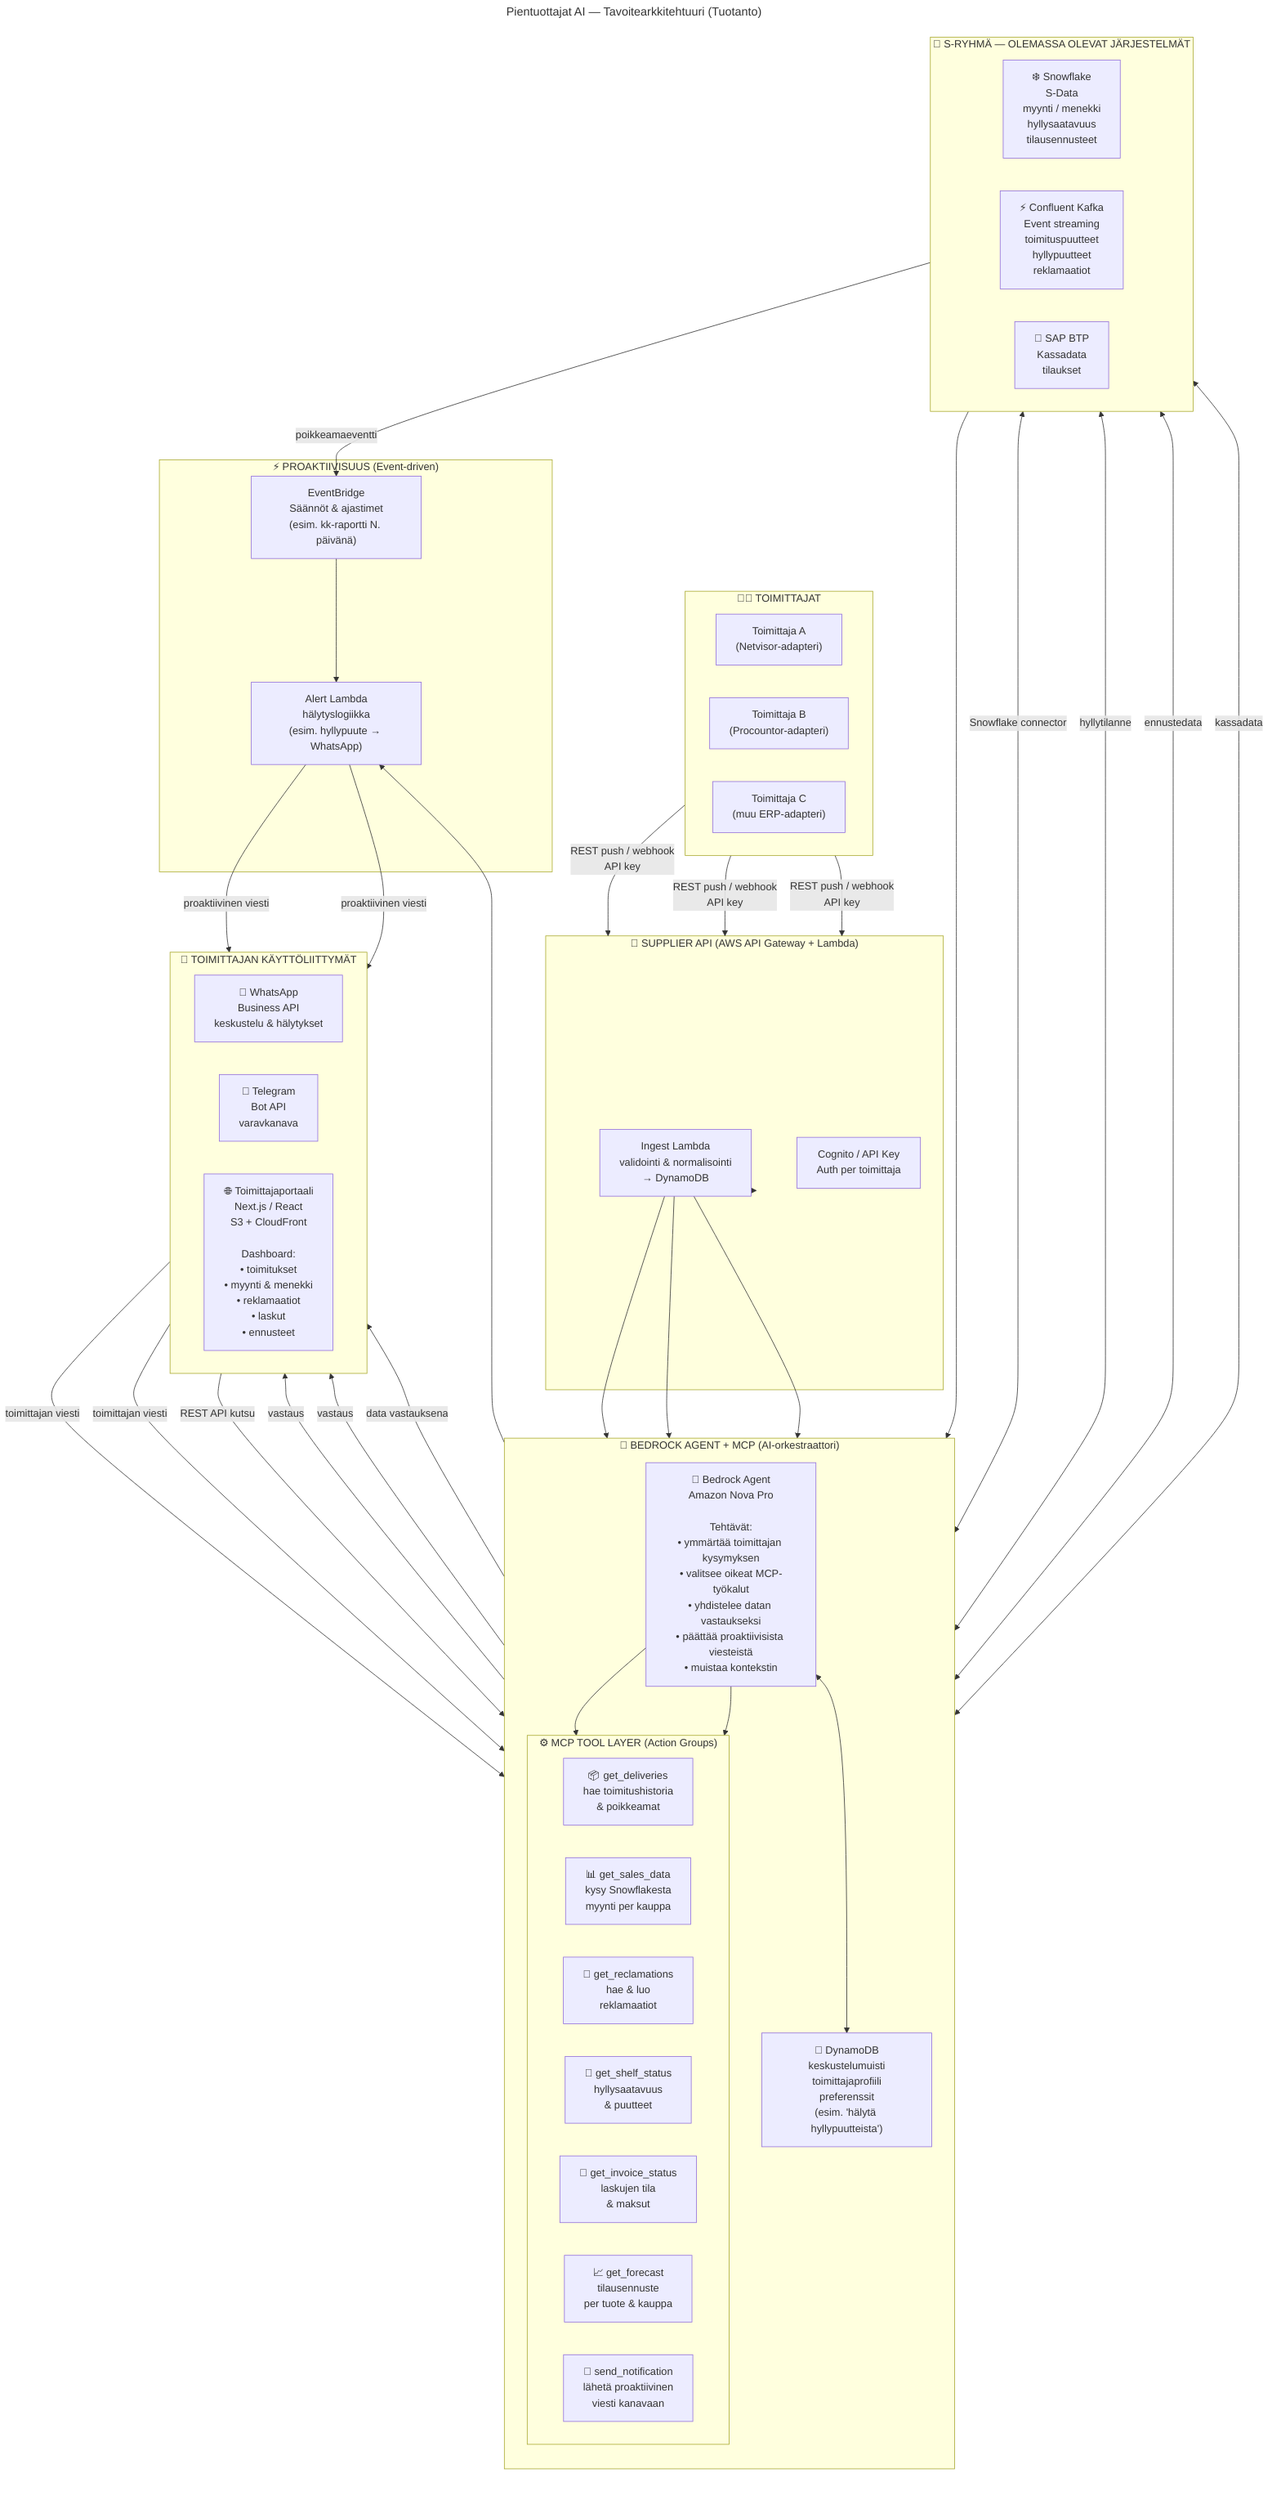
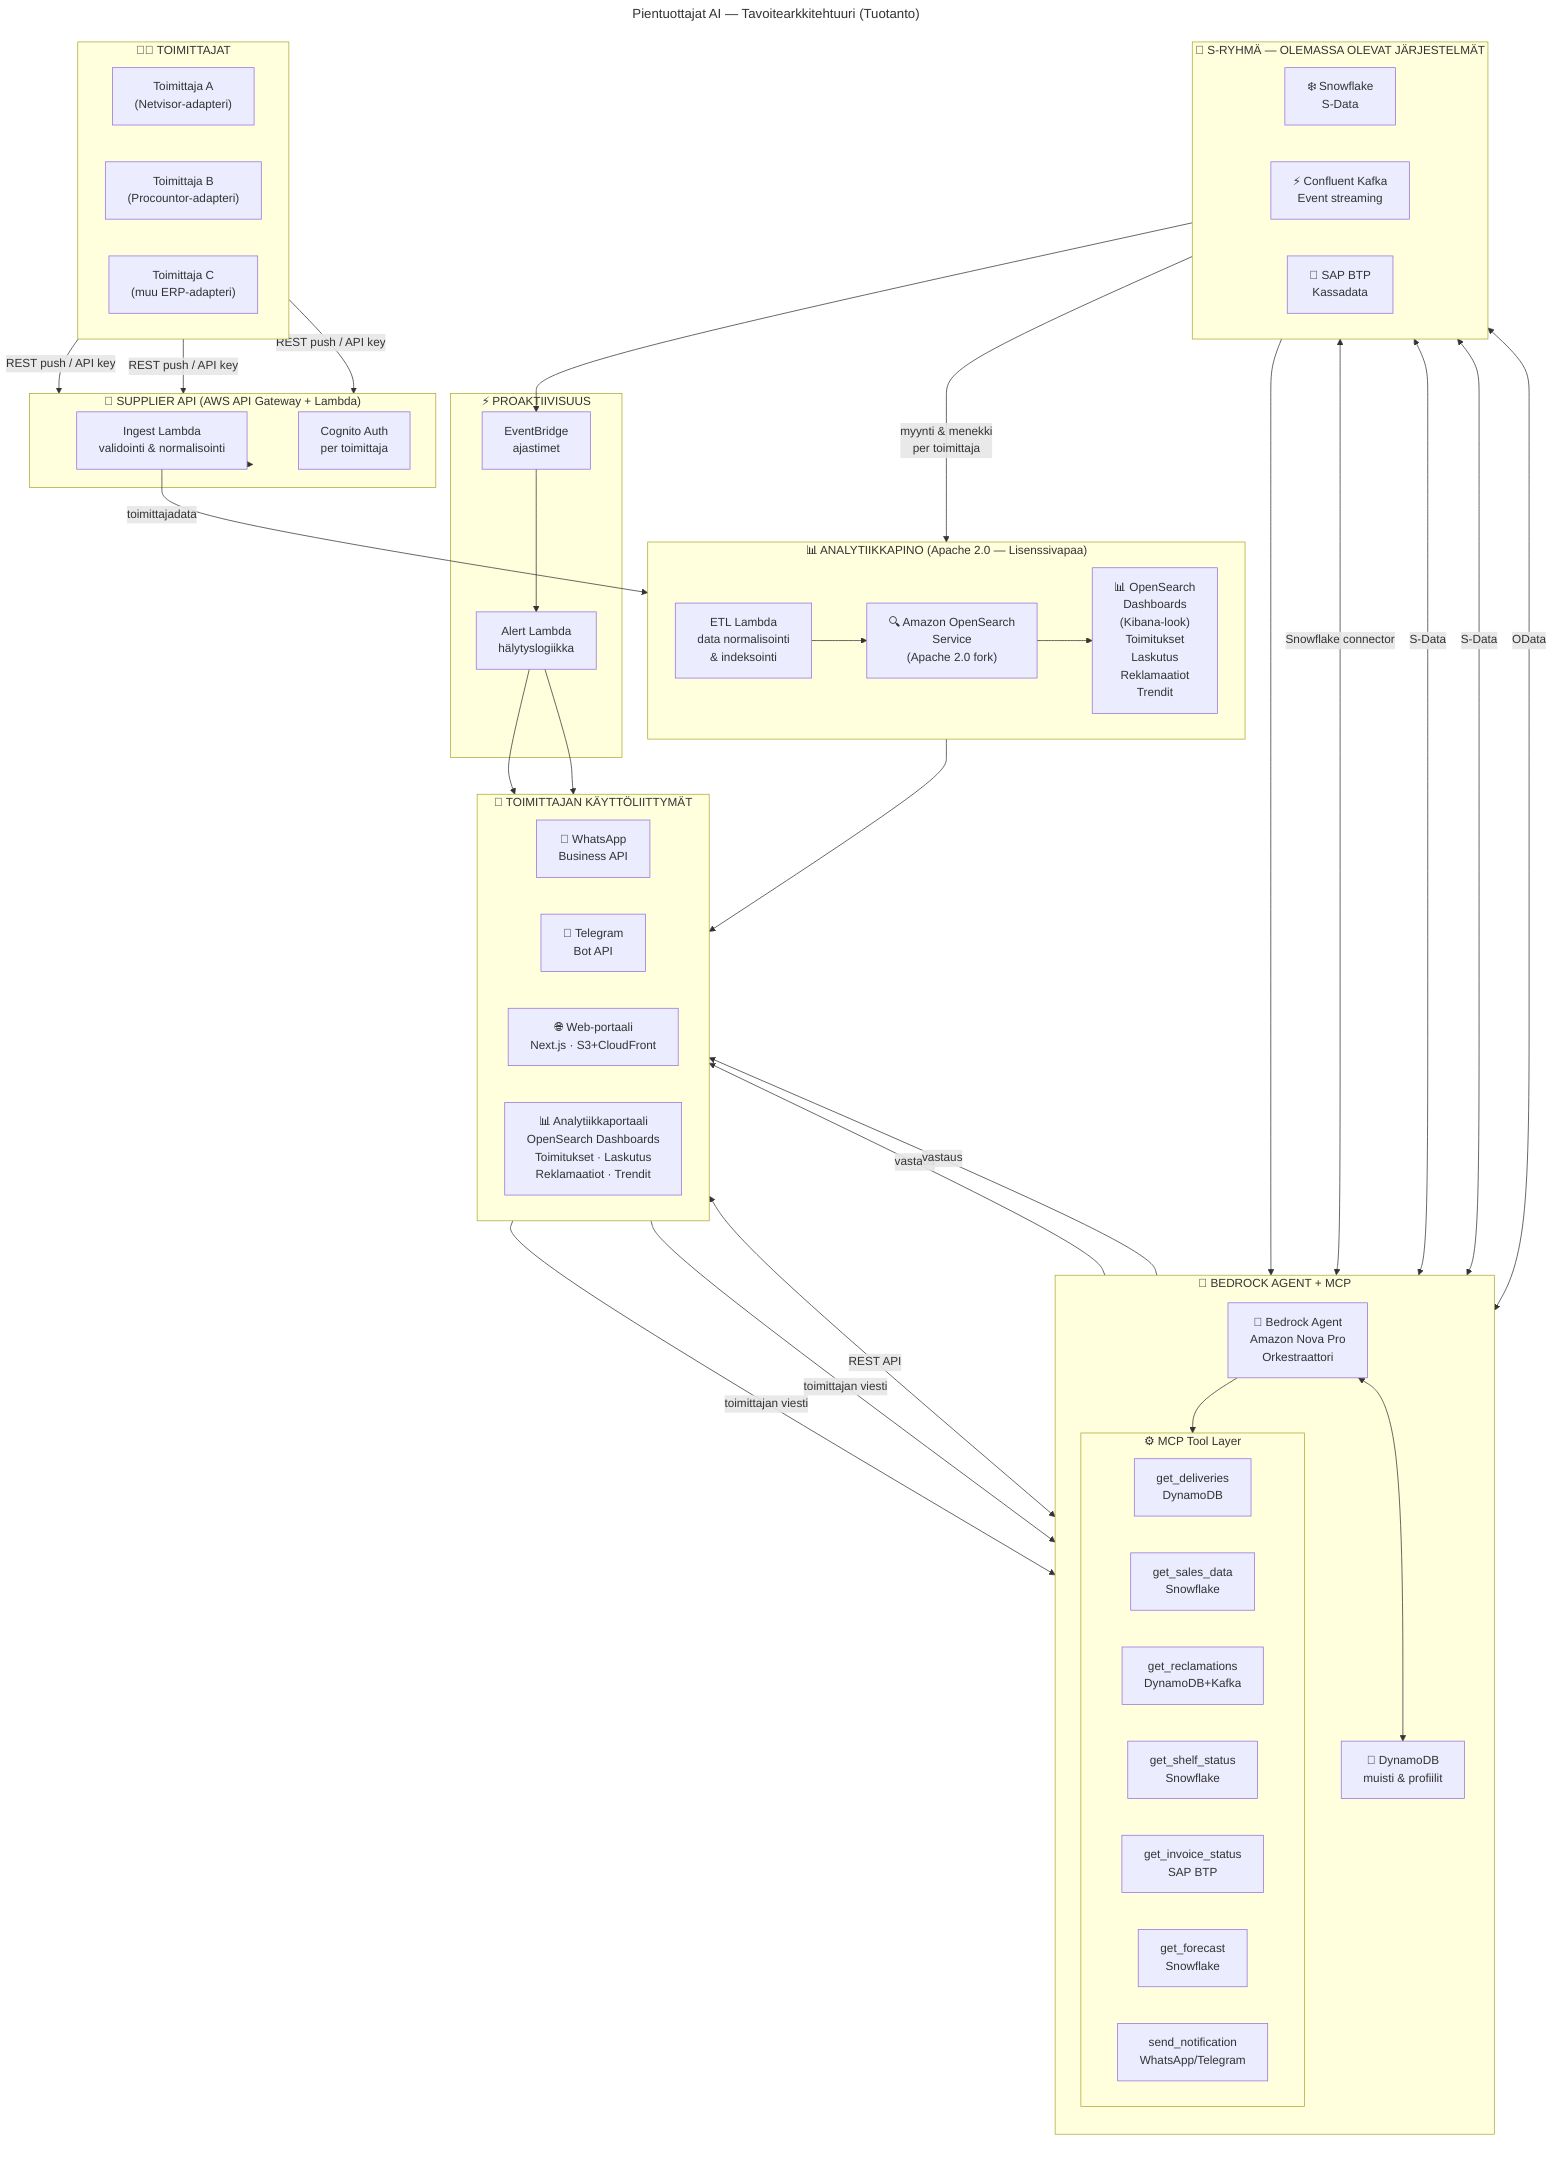
---
title: Pientuottajat AI — Tavoitearkkitehtuuri (Tuotanto)
---
flowchart TB

-     %% ══════════════════════════════════
-     %% TOIMITTAJAT
-     %% ══════════════════════════════════
    subgraph SUPPLIERS["🧑‍🌾 TOIMITTAJAT"]
        direction LR
        SA["Toimittaja A\n(Netvisor-adapteri)"]
        SB["Toimittaja B\n(Procountor-adapteri)"]
        SC["Toimittaja C\n(muu ERP-adapteri)"]
    end

-     %% ══════════════════════════════════
-     %% TOIMITTAJAN UI-KANAVAT
-     %% ══════════════════════════════════
    subgraph CHANNELS["💬 TOIMITTAJAN KÄYTTÖLIITTYMÄT"]
        direction LR
-         WA["📱 WhatsApp\nBusiness API\nkeskustelu & hälytykset"]
-         TG["📱 Telegram\nBot API\nvaravkanava"]
-         PORTAL["🌐 Toimittajaportaali\nNext.js / React\nS3 + CloudFront\n\nDashboard:\n• toimitukset\n• myynti & menekki\n• reklamaatiot\n• laskut\n• ennusteet"]
+         WA["📱 WhatsApp\nBusiness API"]
+         TG["📱 Telegram\nBot API"]
+         PORTAL["🌐 Web-portaali\nNext.js · S3+CloudFront"]
+         ANALYTICS["📊 Analytiikkaportaali\nOpenSearch Dashboards\nToimitukset · Laskutus\nReklamaatiot · Trendit"]
    end

-     %% ══════════════════════════════════
-     %% SUPPLIER API
-     %% ══════════════════════════════════
    subgraph SAPI["📡 SUPPLIER API  (AWS API Gateway + Lambda)"]
-         INGEST["Ingest Lambda\nvalidointi & normalisointi\n→ DynamoDB"]
-         APIKEY["Cognito / API Key\nAuth per toimittaja"]
+         INGEST["Ingest Lambda\nvalidointi & normalisointi"]
+         APIKEY["Cognito Auth\nper toimittaja"]
    end

-     %% ══════════════════════════════════
-     %% BEDROCK AGENT + MCP
-     %% ══════════════════════════════════
-     subgraph AICORE["🧠 BEDROCK AGENT + MCP  (AI-orkestraattori)"]
+     subgraph AICORE["🧠 BEDROCK AGENT + MCP"]
        direction TB
- 
-         AGENT["🤖 Bedrock Agent\nAmazon Nova Pro\n\nTehtävät:\n• ymmärtää toimittajan kysymyksen\n• valitsee oikeat MCP-työkalut\n• yhdistelee datan vastaukseksi\n• päättää proaktiivisista viesteistä\n• muistaa kontekstin"]
- 
-         subgraph MCP["⚙️ MCP TOOL LAYER  (Action Groups)"]
+         AGENT["🤖 Bedrock Agent\nAmazon Nova Pro\nOrkestraattori"]
+         subgraph MCP["⚙️ MCP Tool Layer"]
            direction LR
-             T1["📦 get_deliveries\nhae toimitushistoria\n& poikkeamat"]
-             T2["📊 get_sales_data\nkysy Snowflakesta\nmyynti per kauppa"]
-             T3["🚨 get_reclamations\nhae & luo\nreklamaatiot"]
-             T4["🏪 get_shelf_status\nhyllysaatavuus\n& puutteet"]
-             T5["🧾 get_invoice_status\nlaskujen tila\n& maksut"]
-             T6["📈 get_forecast\ntilausennuste\nper tuote & kauppa"]
-             T7["📣 send_notification\nlähetä proaktiivinen\nviesti kanavaan"]
+             T1["get_deliveries\nDynamoDB"]
+             T2["get_sales_data\nSnowflake"]
+             T3["get_reclamations\nDynamoDB+Kafka"]
+             T4["get_shelf_status\nSnowflake"]
+             T5["get_invoice_status\nSAP BTP"]
+             T6["get_forecast\nSnowflake"]
+             T7["send_notification\nWhatsApp/Telegram"]
        end
- 
-         MEM["💾 DynamoDB\nkeskustelumuisti\ntoimittajaprofiili\npreferenssit\n(esim. 'hälytä hyllypuutteista')"]
- 
+         MEM["💾 DynamoDB\nmuisti & profiilit"]
        AGENT --> MCP
        AGENT <--> MEM
    end

-     %% ══════════════════════════════════
-     %% S-RYHMÄ CORE SYSTEMS
-     %% ══════════════════════════════════
+     subgraph ANALYTICS_STACK["📊 ANALYTIIKKAPINO  (Apache 2.0 — Lisenssivapaa)"]
+         direction LR
+         ETL["ETL Lambda\ndata normalisointi\n& indeksointi"]
+         OS["🔍 Amazon OpenSearch\nService\n(Apache 2.0 fork)"]
+         OSD["📊 OpenSearch\nDashboards\n(Kibana-look)\nToimitukset\nLaskutus\nReklamaatiot\nTrendit"]
+         ETL --> OS --> OSD
+     end
+ 
    subgraph SGROUP["🏪 S-RYHMÄ — OLEMASSA OLEVAT JÄRJESTELMÄT"]
        direction LR
-         SNOW["❄️ Snowflake\nS-Data\nmyynti / menekki\nhyllysaatavuus\ntilausennusteet"]
-         KAFKA["⚡ Confluent Kafka\nEvent streaming\ntoimituspuutteet\nhyllypuutteet\nreklamaatiot"]
-         SAP["🔷 SAP BTP\nKassadata\ntilaukset"]
+         SNOW["❄️ Snowflake\nS-Data"]
+         KAFKA["⚡ Confluent Kafka\nEvent streaming"]
+         SAP["🔷 SAP BTP\nKassadata"]
    end

-     %% ══════════════════════════════════
-     %% PROAKTIIVISET HÄLYTYKSET
-     %% ══════════════════════════════════
-     subgraph PROACTIVE["⚡ PROAKTIIVISUUS  (Event-driven)"]
-         EVB["EventBridge\nSäännöt & ajastimet\n(esim. kk-raportti N. päivänä)"]
-         ALERT["Alert Lambda\nhälytyslogiikka\n(esim. hyllypuute → WhatsApp)"]
+     subgraph PROACTIVE["⚡ PROAKTIIVISUUS"]
+         EVB["EventBridge\najastimet"]
+         ALERT["Alert Lambda\nhälytyslogiikka"]
        EVB --> ALERT
    end

-     %% ══════════════════════════════════
-     %% YHTEYDET
-     %% ══════════════════════════════════
-     SA & SB & SC -->|"REST push / webhook\nAPI key"| SAPI
+     SA & SB & SC -->|"REST push / API key"| SAPI
    SAPI --> INGEST

    WA & TG -->|"toimittajan viesti"| AGENT
-     PORTAL -->|"REST API kutsu"| AGENT
+     PORTAL <-->|"REST API"| AGENT
    AGENT -->|"vastaus"| WA & TG
-     AGENT -->|"data vastauksena"| PORTAL

    T2 <-->|"Snowflake connector"| SNOW
-     T4 <-->|"hyllytilanne"| SNOW
-     T6 <-->|"ennustedata"| SNOW
-     T5 <-->|"kassadata"| SAP
+     T4 & T6 <-->|"S-Data"| SNOW
+     T5 <-->|"OData"| SAP
+     KAFKA --> T3
+     KAFKA --> EVB
+     ALERT --> WA & TG

-     KAFKA -->|"poikkeamaeventti"| EVB
-     KAFKA --> T3
-     ALERT -->|"proaktiivinen viesti"| WA & TG
-     AGENT --> T7 --> ALERT
+     INGEST -->|"toimittajadata"| ETL
+     SNOW -->|"myynti & menekki\nper toimittaja"| ETL

-     INGEST --> T1 & T3 & T5
+     ANALYTICS_STACK --> ANALYTICS
